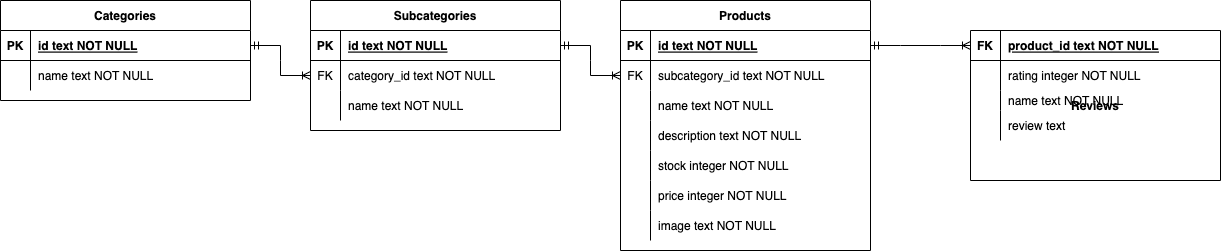
This is server/schema/database-diagram.png from onuralpbicer/store, a draw.io export, as it was before one commit. Source tidied: cells renumbered, new cells last; positions are measured from the earlier drawing's top-left corner, leaving out a move shared by most shapes.
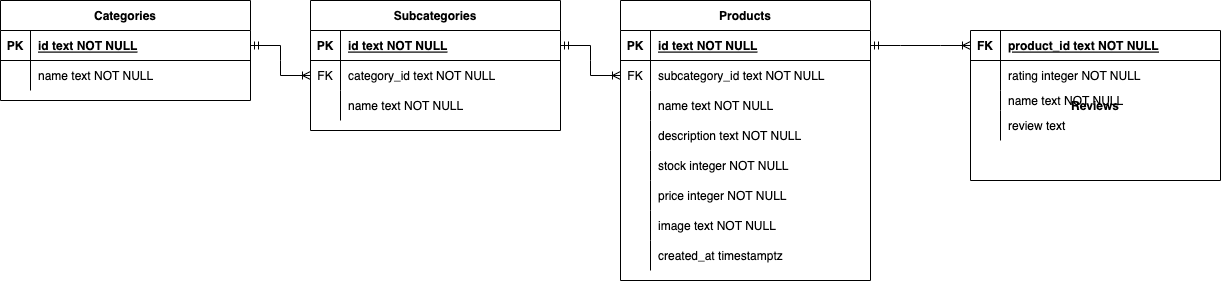
After the change.

The edit, as a diff of the source:
```diff
@@ -57,7 +57,7 @@
       <mxGeometry relative="1" as="geometry" />
     </mxCell>
     <mxCell id="20" value="Products" style="shape=table;startSize=30;rowLines=0;fontStyle=1;align=center;" parent="1" vertex="1">
-      <mxGeometry x="620" width="250" height="250" as="geometry" />
+      <mxGeometry x="620" width="250" height="280" as="geometry" />
     </mxCell>
     <mxCell id="21" style="shape=partialRectangle;fillColor=none;points=[[0,0.5],[1,0.5]];portConstraint=eastwest;top=0;left=0;right=0;bottom=1;" parent="20" vertex="1">
       <mxGeometry y="30" width="250" height="30" as="geometry" />
@@ -122,6 +122,15 @@
     <mxCell id="41" value="image text NOT NULL" style="shape=partialRectangle;overflow=hidden;fillColor=none;top=0;left=0;bottom=0;right=0;align=left;spacingLeft=6;" parent="39" vertex="1">
       <mxGeometry x="30" width="220" height="30" as="geometry" />
     </mxCell>
+    <mxCell id="57" style="shape=partialRectangle;fillColor=none;top=0;left=0;right=0;bottom=0;" parent="20" vertex="1">
+      <mxGeometry y="240" width="250" height="30" as="geometry" />
+    </mxCell>
+    <mxCell id="58" style="shape=partialRectangle;overflow=hidden;fillColor=none;top=0;left=0;bottom=0;right=0;" parent="57" vertex="1">
+      <mxGeometry width="30" height="30" as="geometry" />
+    </mxCell>
+    <mxCell id="59" value="created_at timestamptz" style="shape=partialRectangle;overflow=hidden;fillColor=none;top=0;left=0;bottom=0;right=0;align=left;spacingLeft=6;" parent="57" vertex="1">
+      <mxGeometry x="30" width="220" height="30" as="geometry" />
+    </mxCell>
     <mxCell id="42" style="edgeStyle=entityRelationEdgeStyle;fontSize=12;html=1;endArrow=ERoneToMany;startArrow=ERmandOne;rounded=0;entryX=0;entryY=0.5;entryDx=0;entryDy=0;exitX=1;exitY=0.5;exitDx=0;exitDy=0;" parent="1" edge="1" source="10" target="24">
       <mxGeometry relative="1" as="geometry" />
     </mxCell>
```
